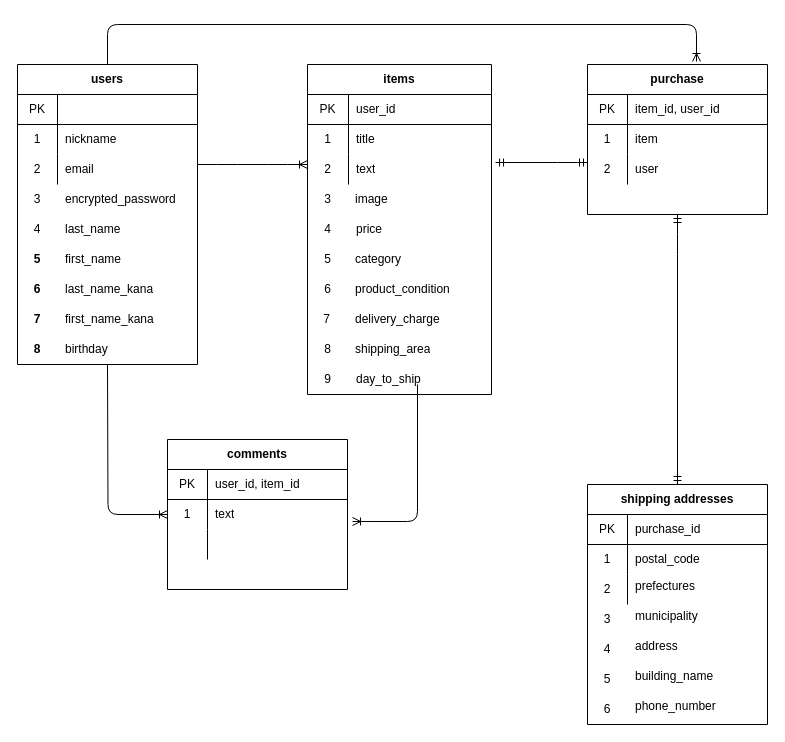
Earlier version of the draw.io diagram er.drawio (kokorouruou/furima-34713). Source tidied: cells renumbered, new cells numbered last; positions are measured from the earlier drawing's top-left corner, leaving out a move shared by most shapes. Both pictures are drawn from the tidied source at 100%, with x=0, y=0 at pixel (17, 24).
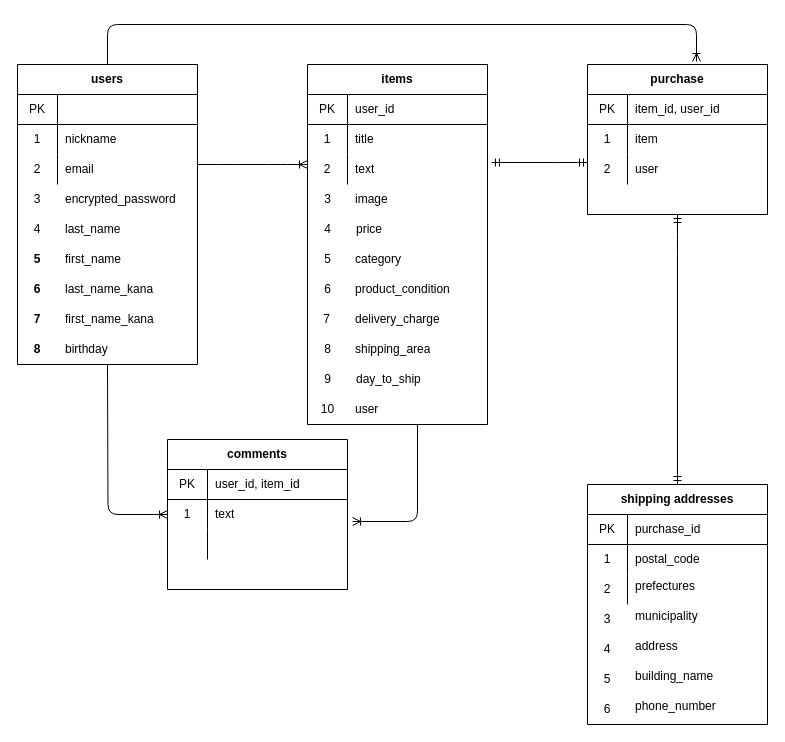
Above is the later version.

Commit message (it also covers changes not shown here):
ER図、README作成（4回目）

The change refers to these unchanged cells:
```xml
<mxCell id="16" style="shape=partialRectangle;html=1;whiteSpace=wrap;fillColor=none;top=0;left=0;bottom=0;right=0;points=[[0,0.5],[1,0.5]];portConstraint=eastwest;" parent="12" vertex="1">
  <mxGeometry y="60" width="180" height="30" as="geometry" />
</mxCell>
```

Diff of the diagram source:
```diff
@@
     <mxCell id="2" value="items" style="shape=table;html=1;whiteSpace=wrap;startSize=30;childLayout=tableLayout;rowLines=0;fontStyle=1;align=center;" parent="1" vertex="1">
-      <mxGeometry x="290" y="40" width="184" height="330" as="geometry" />
+      <mxGeometry x="290" y="40" width="180" height="360" as="geometry" />
     </mxCell>
     <mxCell id="3" style="shape=partialRectangle;html=1;whiteSpace=wrap;fillColor=none;top=0;left=0;bottom=1;right=0;" parent="2" vertex="1">
-      <mxGeometry y="30" width="184" height="30" as="geometry" />
+      <mxGeometry y="30" width="180" height="30" as="geometry" />
     </mxCell>
     <mxCell id="4" value="PK" style="shape=partialRectangle;html=1;whiteSpace=wrap;fillColor=none;top=0;left=0;bottom=0;right=0;overflow=hidden;" parent="3" vertex="1">
-      <mxGeometry width="41" height="30" as="geometry" />
+      <mxGeometry width="40" height="30" as="geometry" />
     </mxCell>
     <mxCell id="5" value="user_id" style="shape=partialRectangle;html=1;whiteSpace=wrap;fillColor=none;top=0;left=0;bottom=0;right=0;align=left;spacingLeft=6;overflow=hidden;" parent="3" vertex="1">
-      <mxGeometry x="41" width="143" height="30" as="geometry" />
+      <mxGeometry x="40" width="140" height="30" as="geometry" />
     </mxCell>
     <mxCell id="6" style="shape=partialRectangle;html=1;whiteSpace=wrap;fillColor=none;top=0;left=0;bottom=0;right=0;" parent="2" vertex="1">
-      <mxGeometry y="60" width="184" height="30" as="geometry" />
+      <mxGeometry y="60" width="180" height="30" as="geometry" />
     </mxCell>
     <mxCell id="7" value="1" style="shape=partialRectangle;html=1;whiteSpace=wrap;fillColor=none;top=0;left=0;bottom=0;right=0;overflow=hidden;" parent="6" vertex="1">
-      <mxGeometry width="41" height="30" as="geometry" />
+      <mxGeometry width="40" height="30" as="geometry" />
     </mxCell>
     <mxCell id="8" value="title" style="shape=partialRectangle;html=1;whiteSpace=wrap;fillColor=none;top=0;left=0;bottom=0;right=0;align=left;spacingLeft=6;overflow=hidden;" parent="6" vertex="1">
-      <mxGeometry x="41" width="143" height="30" as="geometry" />
+      <mxGeometry x="40" width="140" height="30" as="geometry" />
     </mxCell>
     <mxCell id="9" style="shape=partialRectangle;html=1;whiteSpace=wrap;fillColor=none;top=0;left=0;bottom=0;right=0;points=[[0,0.5],[1,0.5]];portConstraint=eastwest;" parent="2" vertex="1">
-      <mxGeometry y="90" width="184" height="30" as="geometry" />
+      <mxGeometry y="90" width="180" height="30" as="geometry" />
     </mxCell>
     <mxCell id="10" value="2" style="shape=partialRectangle;html=1;whiteSpace=wrap;fillColor=none;top=0;left=0;bottom=0;right=0;overflow=hidden;" parent="9" vertex="1">
-      <mxGeometry width="41" height="30" as="geometry" />
+      <mxGeometry width="40" height="30" as="geometry" />
     </mxCell>
     <mxCell id="11" value="text" style="shape=partialRectangle;html=1;whiteSpace=wrap;fillColor=none;top=0;left=0;bottom=0;right=0;align=left;spacingLeft=6;overflow=hidden;" parent="9" vertex="1">
-      <mxGeometry x="41" width="143" height="30" as="geometry" />
+      <mxGeometry x="40" width="140" height="30" as="geometry" />
     </mxCell>
@@
     <mxCell id="44" style="edgeStyle=orthogonalEdgeStyle;fontSize=12;html=1;endArrow=ERoneToMany;entryX=1.028;entryY=0.733;entryDx=0;entryDy=0;entryPerimeter=0;" parent="1" edge="1" target="16">
       <mxGeometry relative="1" as="geometry">
-        <mxPoint x="400" y="360" as="sourcePoint" />
+        <mxPoint x="400" y="400" as="sourcePoint" />
         <Array as="points">
           <mxPoint x="400" y="497" />
         </Array>
       </mxGeometry>
     </mxCell>
@@
+    <mxCell id="97" value="10" style="shape=partialRectangle;html=1;whiteSpace=wrap;fillColor=none;top=0;left=0;bottom=0;right=0;overflow=hidden;" parent="1" vertex="1">
+      <mxGeometry x="290" y="370" width="41" height="30" as="geometry" />
+    </mxCell>
+    <mxCell id="98" value="user" style="shape=partialRectangle;html=1;whiteSpace=wrap;fillColor=none;top=0;left=0;bottom=0;right=0;align=left;spacingLeft=6;overflow=hidden;" parent="1" vertex="1">
+      <mxGeometry x="330" y="370" width="143" height="30" as="geometry" />
+    </mxCell>
```
